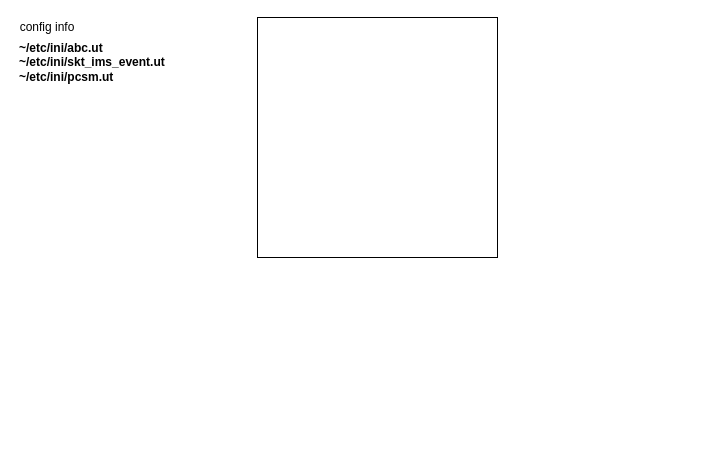
The draw.io diagram ABC.drawio in JaeHyeon774/NEWTIL, before the edit. Source tidied: cells renumbered, new cells numbered last; positions are measured from the earlier drawing's top-left corner, leaving out a move shared by most shapes. Both pictures are drawn from the tidied source at 100%, with x=0, y=0 at pixel (17, 17).
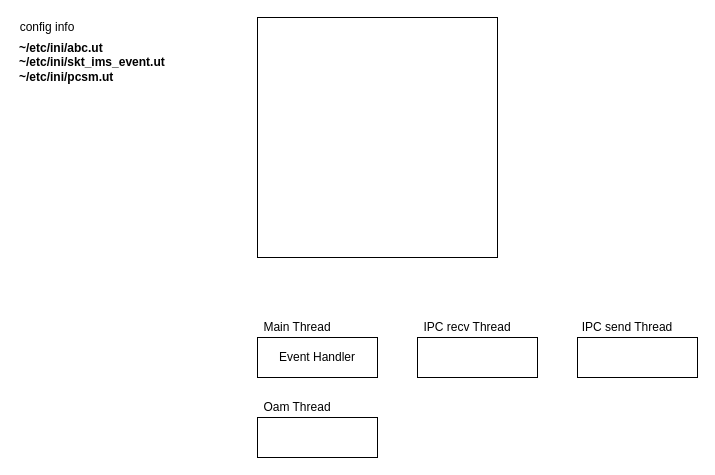
Above is the later version.

Diff of the diagram source:
```diff
@@
 <mxGraphModel>
   <root>
     <mxCell id="0" />
     <mxCell id="1" parent="0" />
     <mxCell id="2" style="rounded=0;whiteSpace=wrap;html=1;" parent="1" vertex="1">
       <mxGeometry x="240" width="240" height="240" as="geometry" />
     </mxCell>
     <mxCell id="3" value="config info" style="text;html=1;whiteSpace=wrap;strokeColor=none;fillColor=none;align=center;verticalAlign=middle;rounded=0;" parent="1" vertex="1">
       <mxGeometry width="60" height="20" as="geometry" />
     </mxCell>
     <mxCell id="4" value="&lt;b&gt;~/etc/ini/abc.ut&lt;/b&gt;&lt;div&gt;&lt;div&gt;&lt;b&gt;~/etc/ini/skt_ims_event.ut&lt;/b&gt;&lt;/div&gt;&lt;div&gt;&lt;b&gt;~/etc/ini/pcsm.ut&lt;/b&gt;&lt;/div&gt;&lt;/div&gt;" style="text;html=1;whiteSpace=wrap;strokeColor=none;fillColor=none;align=left;verticalAlign=middle;rounded=0;" parent="1" vertex="1">
       <mxGeometry y="20" width="160" height="50" as="geometry" />
     </mxCell>
+    <mxCell id="5" value="Event Handler" style="rounded=0;whiteSpace=wrap;html=1;" parent="1" vertex="1">
+      <mxGeometry x="240" y="320" width="120" height="40" as="geometry" />
+    </mxCell>
+    <mxCell id="6" value="Main Thread" style="text;html=1;whiteSpace=wrap;strokeColor=none;fillColor=none;align=center;verticalAlign=middle;rounded=0;" parent="1" vertex="1">
+      <mxGeometry x="240" y="300" width="80" height="20" as="geometry" />
+    </mxCell>
+    <mxCell id="7" style="rounded=0;whiteSpace=wrap;html=1;" parent="1" vertex="1">
+      <mxGeometry x="400" y="320" width="120" height="40" as="geometry" />
+    </mxCell>
+    <mxCell id="8" style="rounded=0;whiteSpace=wrap;html=1;" parent="1" vertex="1">
+      <mxGeometry x="560" y="320" width="120" height="40" as="geometry" />
+    </mxCell>
+    <mxCell id="9" value="IPC recv Thread" style="text;html=1;whiteSpace=wrap;strokeColor=none;fillColor=none;align=center;verticalAlign=middle;rounded=0;" parent="1" vertex="1">
+      <mxGeometry x="400" y="300" width="100" height="20" as="geometry" />
+    </mxCell>
+    <mxCell id="10" value="IPC send Thread" style="text;html=1;whiteSpace=wrap;strokeColor=none;fillColor=none;align=center;verticalAlign=middle;rounded=0;" parent="1" vertex="1">
+      <mxGeometry x="560" y="300" width="100" height="20" as="geometry" />
+    </mxCell>
+    <mxCell id="11" style="rounded=0;whiteSpace=wrap;html=1;" parent="1" vertex="1">
+      <mxGeometry x="240" y="400" width="120" height="40" as="geometry" />
+    </mxCell>
+    <mxCell id="12" value="Oam Thread" style="text;html=1;whiteSpace=wrap;strokeColor=none;fillColor=none;align=center;verticalAlign=middle;rounded=0;" parent="1" vertex="1">
+      <mxGeometry x="240" y="380" width="80" height="20" as="geometry" />
+    </mxCell>
   </root>
 </mxGraphModel>
```
